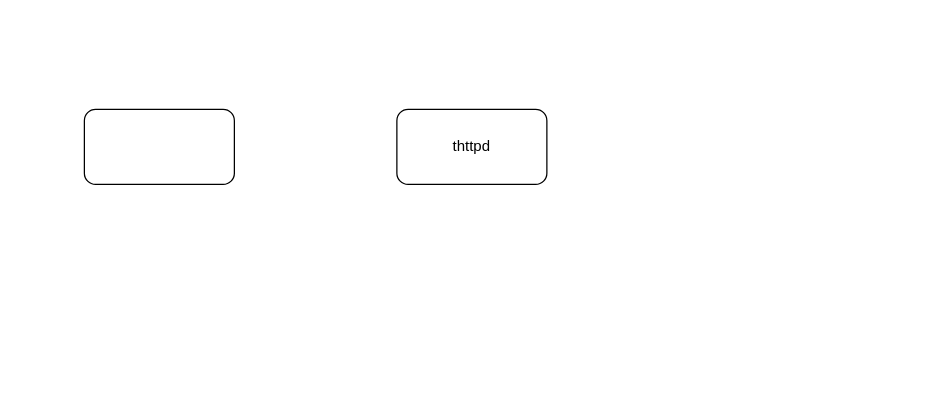
This is 未命名绘图.drawio from OrangeKitten/nerwork, a draw.io file, before an edit. Source tidied: cells renumbered, new cells numbered last; positions are measured from the earlier drawing's top-left corner, leaving out a move shared by most shapes. Both pictures are drawn from the tidied source at 125%, with x=0, y=0 at pixel (84, 109).
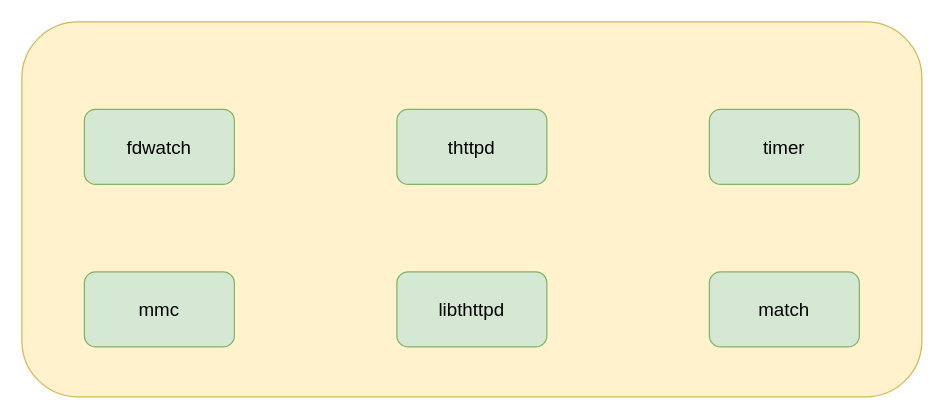
The same page after the edit.

Diff of the diagram source:
```diff
@@
 <mxGraphModel>
   <root>
     <mxCell id="0" />
     <mxCell id="1" parent="0" />
+    <mxCell id="4" style="rounded=1;whiteSpace=wrap;html=1;fillColor=#fff2cc;strokeColor=#d6b656;" parent="1" vertex="1">
+      <mxGeometry x="-50" y="-70" width="720" height="300" as="geometry" />
+    </mxCell>
-    <mxCell id="2" value="thttpd" style="rounded=1;whiteSpace=wrap;html=1;" parent="1" vertex="1">
+    <mxCell id="2" value="thttpd" style="rounded=1;whiteSpace=wrap;html=1;fontSize=15;fillColor=#d5e8d4;strokeColor=#82b366;" parent="1" vertex="1">
       <mxGeometry x="250" width="120" height="60" as="geometry" />
     </mxCell>
-    <mxCell id="3" style="rounded=1;whiteSpace=wrap;html=1;" parent="1" vertex="1">
+    <mxCell id="3" value="fdwatch" style="rounded=1;whiteSpace=wrap;html=1;fontSize=15;fillColor=#d5e8d4;strokeColor=#82b366;" parent="1" vertex="1">
       <mxGeometry width="120" height="60" as="geometry" />
     </mxCell>
+    <mxCell id="5" value="timer" style="rounded=1;whiteSpace=wrap;html=1;fontSize=15;fillColor=#d5e8d4;strokeColor=#82b366;" parent="1" vertex="1">
+      <mxGeometry x="500" width="120" height="60" as="geometry" />
+    </mxCell>
+    <mxCell id="6" value="libthttpd" style="rounded=1;whiteSpace=wrap;html=1;fontSize=15;fillColor=#d5e8d4;strokeColor=#82b366;" parent="1" vertex="1">
+      <mxGeometry x="250" y="130" width="120" height="60" as="geometry" />
+    </mxCell>
+    <mxCell id="7" value="mmc" style="rounded=1;whiteSpace=wrap;html=1;fontSize=15;fillColor=#d5e8d4;strokeColor=#82b366;" parent="1" vertex="1">
+      <mxGeometry y="130" width="120" height="60" as="geometry" />
+    </mxCell>
+    <mxCell id="8" value="match" style="rounded=1;whiteSpace=wrap;html=1;fontSize=15;fillColor=#d5e8d4;strokeColor=#82b366;" parent="1" vertex="1">
+      <mxGeometry x="500" y="130" width="120" height="60" as="geometry" />
+    </mxCell>
   </root>
 </mxGraphModel>
```
